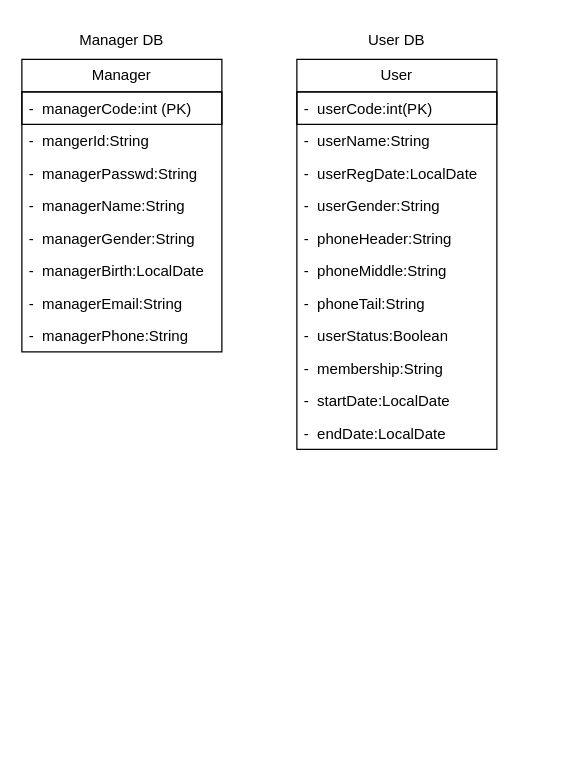
GyuminGomin/HealthKiosk keeps this draw.io diagram as healthKiosk클래스다이어그램.drawio. Above is the earlier version. Source tidied: cells renumbered, new cells numbered last; positions are measured from the earlier drawing's top-left corner, leaving out a move shared by most shapes. Both pictures are drawn from the tidied source at 125%, with x=0, y=0 at pixel (21, 21).
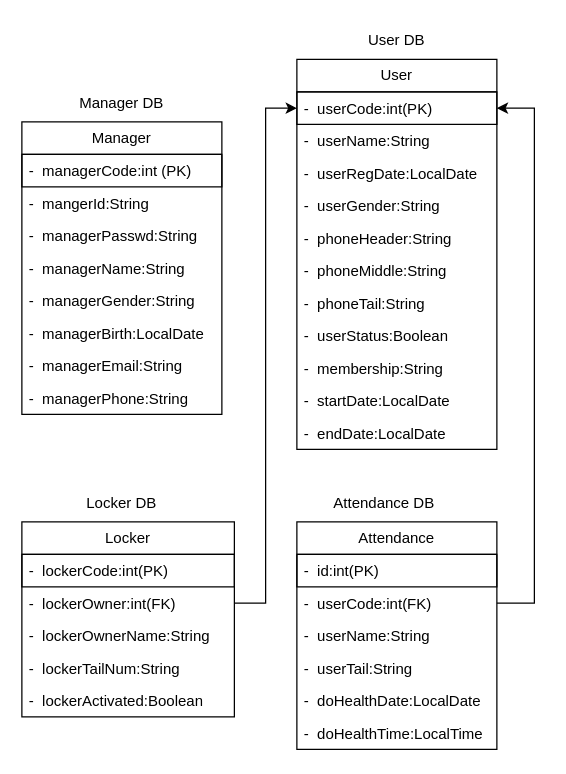
The same page after the edit.

The change refers to these unchanged cells:
```xml
<mxCell id="13" value="-&amp;nbsp; userCode:int(PK)" style="text;strokeColor=default;fillColor=none;align=left;verticalAlign=top;spacingLeft=4;spacingRight=4;overflow=hidden;points=[[0,0.5],[1,0.5]];portConstraint=eastwest;whiteSpace=wrap;html=1;" parent="12" vertex="1">
  <mxGeometry y="26" width="160" height="26" as="geometry" />
</mxCell>
```

Diff of the diagram source:
```diff
@@
     <mxCell id="2" value="Manager" style="swimlane;fontStyle=0;horizontal=1;startSize=26;fillColor=none;whiteSpace=wrap;html=1;" parent="1" vertex="1">
-      <mxGeometry y="30" width="160" height="234" as="geometry" />
+      <mxGeometry y="80" width="160" height="234" as="geometry" />
     </mxCell>
@@
     <mxCell id="11" value="Manager DB" style="text;html=1;strokeColor=none;fillColor=none;align=center;verticalAlign=middle;whiteSpace=wrap;rounded=0;" parent="1" vertex="1">
-      <mxGeometry x="35" width="90" height="30" as="geometry" />
+      <mxGeometry x="35" y="50" width="90" height="30" as="geometry" />
     </mxCell>
@@
+    <mxCell id="25" value="Locker" style="swimlane;fontStyle=0;horizontal=1;startSize=26;fillColor=none;whiteSpace=wrap;html=1;" parent="1" vertex="1">
+      <mxGeometry y="400" width="170" height="156" as="geometry" />
+    </mxCell>
+    <mxCell id="26" value="-&amp;nbsp; lockerCode:int(PK)" style="text;strokeColor=default;fillColor=none;align=left;verticalAlign=top;spacingLeft=4;spacingRight=4;overflow=hidden;whiteSpace=wrap;html=1;" parent="25" vertex="1">
+      <mxGeometry y="26" width="170" height="26" as="geometry" />
+    </mxCell>
+    <mxCell id="27" value="-&amp;nbsp; lockerOwner:int(FK)" style="text;strokeColor=none;fillColor=none;align=left;verticalAlign=top;spacingLeft=4;spacingRight=4;overflow=hidden;points=[[0,0.5],[1,0.5]];portConstraint=eastwest;whiteSpace=wrap;html=1;" parent="25" vertex="1">
+      <mxGeometry y="52" width="170" height="26" as="geometry" />
+    </mxCell>
+    <mxCell id="28" value="-&amp;nbsp; lockerOwnerName:String" style="text;strokeColor=none;fillColor=none;align=left;verticalAlign=top;spacingLeft=4;spacingRight=4;overflow=hidden;whiteSpace=wrap;html=1;" parent="25" vertex="1">
+      <mxGeometry y="78" width="170" height="26" as="geometry" />
+    </mxCell>
+    <mxCell id="29" value="-&amp;nbsp; lockerTailNum:String" style="text;strokeColor=none;fillColor=none;align=left;verticalAlign=top;spacingLeft=4;spacingRight=4;overflow=hidden;whiteSpace=wrap;html=1;" parent="25" vertex="1">
+      <mxGeometry y="104" width="170" height="26" as="geometry" />
+    </mxCell>
+    <mxCell id="30" value="-&amp;nbsp; lockerActivated:Boolean" style="text;strokeColor=none;fillColor=none;align=left;verticalAlign=top;spacingLeft=4;spacingRight=4;overflow=hidden;whiteSpace=wrap;html=1;" parent="25" vertex="1">
+      <mxGeometry y="130" width="170" height="26" as="geometry" />
+    </mxCell>
+    <mxCell id="31" value="Locker DB" style="text;html=1;strokeColor=none;fillColor=none;align=center;verticalAlign=middle;whiteSpace=wrap;rounded=0;" parent="1" vertex="1">
+      <mxGeometry x="35" y="370" width="90" height="30" as="geometry" />
+    </mxCell>
+    <mxCell id="32" style="edgeStyle=orthogonalEdgeStyle;rounded=0;jettySize=auto;html=1;entryX=0;entryY=0.5;entryDx=0;entryDy=0;" parent="1" edge="1" source="27" target="13">
+      <mxGeometry relative="1" as="geometry" />
+    </mxCell>
+    <mxCell id="33" value="Attendance" style="swimlane;fontStyle=0;horizontal=1;startSize=26;fillColor=none;whiteSpace=wrap;html=1;" parent="1" vertex="1">
+      <mxGeometry x="220" y="400" width="160" height="182" as="geometry" />
+    </mxCell>
+    <mxCell id="34" value="-&amp;nbsp; id:int(PK)" style="text;strokeColor=default;fillColor=none;align=left;verticalAlign=top;spacingLeft=4;spacingRight=4;overflow=hidden;whiteSpace=wrap;html=1;" parent="33" vertex="1">
+      <mxGeometry y="26" width="160" height="26" as="geometry" />
+    </mxCell>
+    <mxCell id="35" value="-&amp;nbsp; userCode:int(FK)" style="text;strokeColor=none;fillColor=none;align=left;verticalAlign=top;spacingLeft=4;spacingRight=4;overflow=hidden;points=[[0,0.5],[1,0.5]];portConstraint=eastwest;whiteSpace=wrap;html=1;" parent="33" vertex="1">
+      <mxGeometry y="52" width="160" height="26" as="geometry" />
+    </mxCell>
+    <mxCell id="36" value="-&amp;nbsp; userName:String" style="text;strokeColor=none;fillColor=none;align=left;verticalAlign=top;spacingLeft=4;spacingRight=4;overflow=hidden;whiteSpace=wrap;html=1;" parent="33" vertex="1">
+      <mxGeometry y="78" width="160" height="26" as="geometry" />
+    </mxCell>
+    <mxCell id="37" value="-&amp;nbsp; userTail:String" style="text;strokeColor=none;fillColor=none;align=left;verticalAlign=top;spacingLeft=4;spacingRight=4;overflow=hidden;whiteSpace=wrap;html=1;" parent="33" vertex="1">
+      <mxGeometry y="104" width="160" height="26" as="geometry" />
+    </mxCell>
+    <mxCell id="38" value="-&amp;nbsp; doHealthDate:LocalDate" style="text;strokeColor=none;fillColor=none;align=left;verticalAlign=top;spacingLeft=4;spacingRight=4;overflow=hidden;whiteSpace=wrap;html=1;" parent="33" vertex="1">
+      <mxGeometry y="130" width="160" height="26" as="geometry" />
+    </mxCell>
+    <mxCell id="39" value="-&amp;nbsp; doHealthTime:LocalTime" style="text;strokeColor=none;fillColor=none;align=left;verticalAlign=top;spacingLeft=4;spacingRight=4;overflow=hidden;whiteSpace=wrap;html=1;" parent="33" vertex="1">
+      <mxGeometry y="156" width="160" height="26" as="geometry" />
+    </mxCell>
+    <mxCell id="40" value="Attendance DB" style="text;html=1;strokeColor=none;fillColor=none;align=center;verticalAlign=middle;whiteSpace=wrap;rounded=0;" parent="1" vertex="1">
+      <mxGeometry x="245" y="370" width="90" height="30" as="geometry" />
+    </mxCell>
+    <mxCell id="41" style="edgeStyle=orthogonalEdgeStyle;rounded=0;jettySize=auto;html=1;entryX=1;entryY=0.5;entryDx=0;entryDy=0;" parent="1" edge="1" source="35" target="13">
+      <mxGeometry relative="1" as="geometry">
+        <Array as="points">
+          <mxPoint x="410" y="465" />
+          <mxPoint x="410" y="69" />
+        </Array>
+      </mxGeometry>
+    </mxCell>
```
